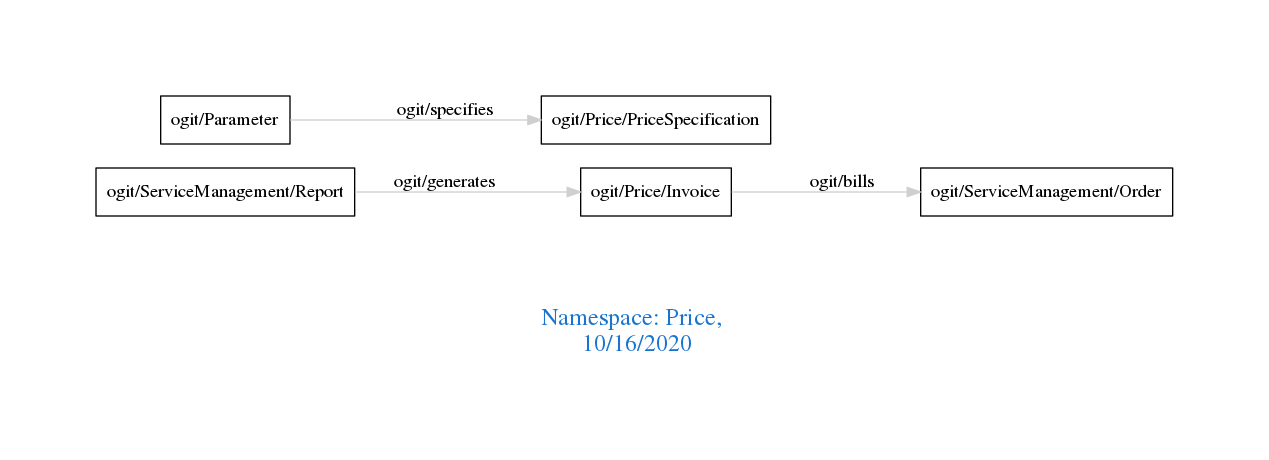
Above: downloads/Price.png in arago/OGIT (Graphviz), before the change. Its source is kept beside it as downloads/Price.dot.
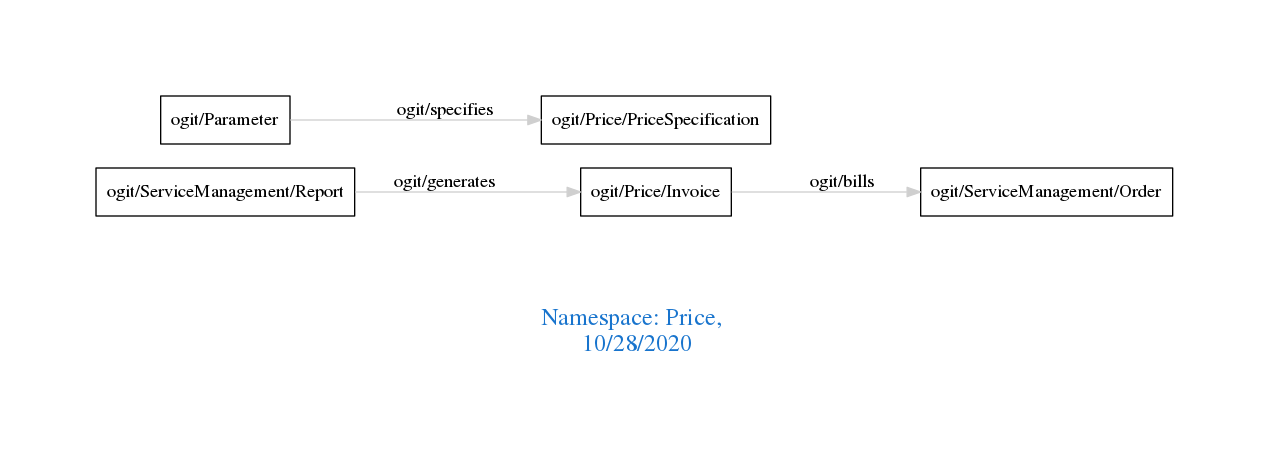
Above is the later version.

Change to the diagram source:
```diff
@@ -1,7 +1,7 @@
 digraph OGIT_ontology {
  graph [ rankdir= LR,pad=1
 fontsize = 18,
-fontcolor= dodgerblue3,label = "\n\n\nNamespace: Price, \n 10/16/2020"];
+fontcolor= dodgerblue3,label = "\n\n\nNamespace: Price, \n 10/28/2020"];
 node[shape=polygon];
 edge [  color="gray81"];
 
```
